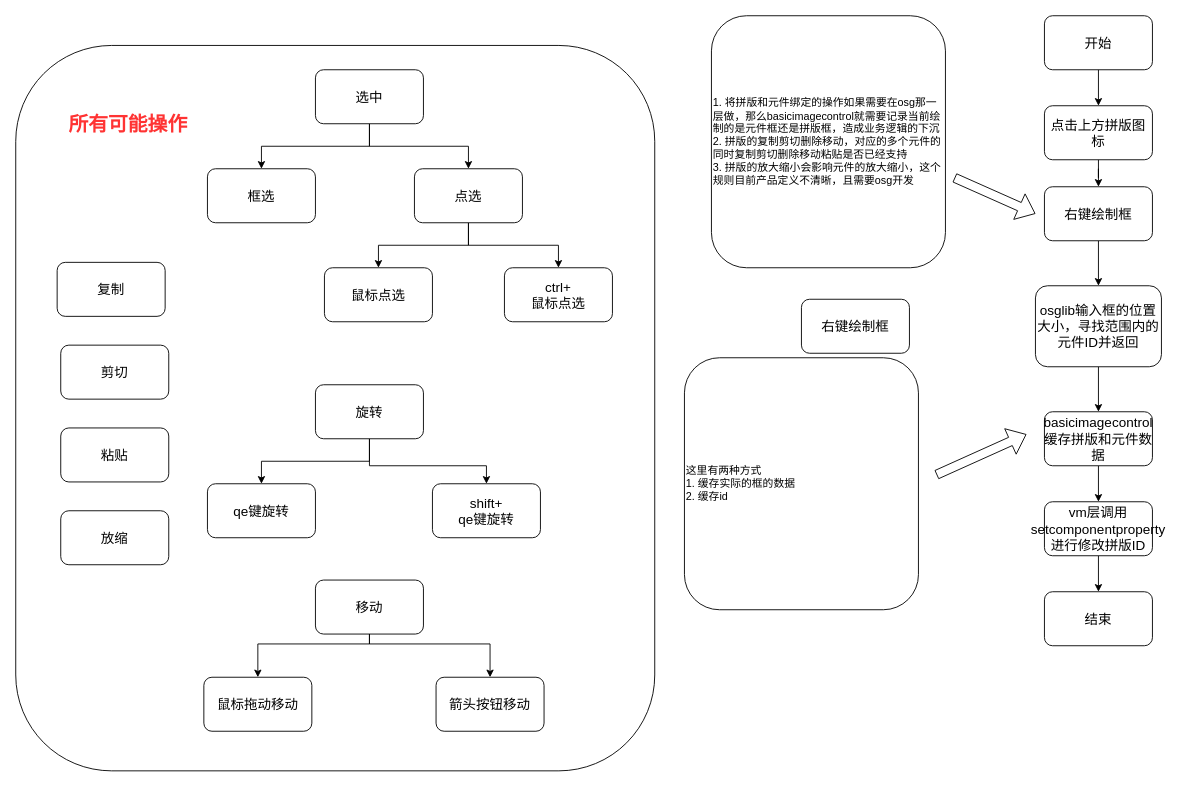
Earlier version of the draw.io diagram 新建拼版流程图.drawio (notThisMoment/drawIo). Source tidied: cells renumbered, new cells numbered last; positions are measured from the earlier drawing's top-left corner, leaving out a move shared by most shapes. Both pictures are drawn from the tidied source at 90%, with x=0, y=0 at pixel (15, 15).
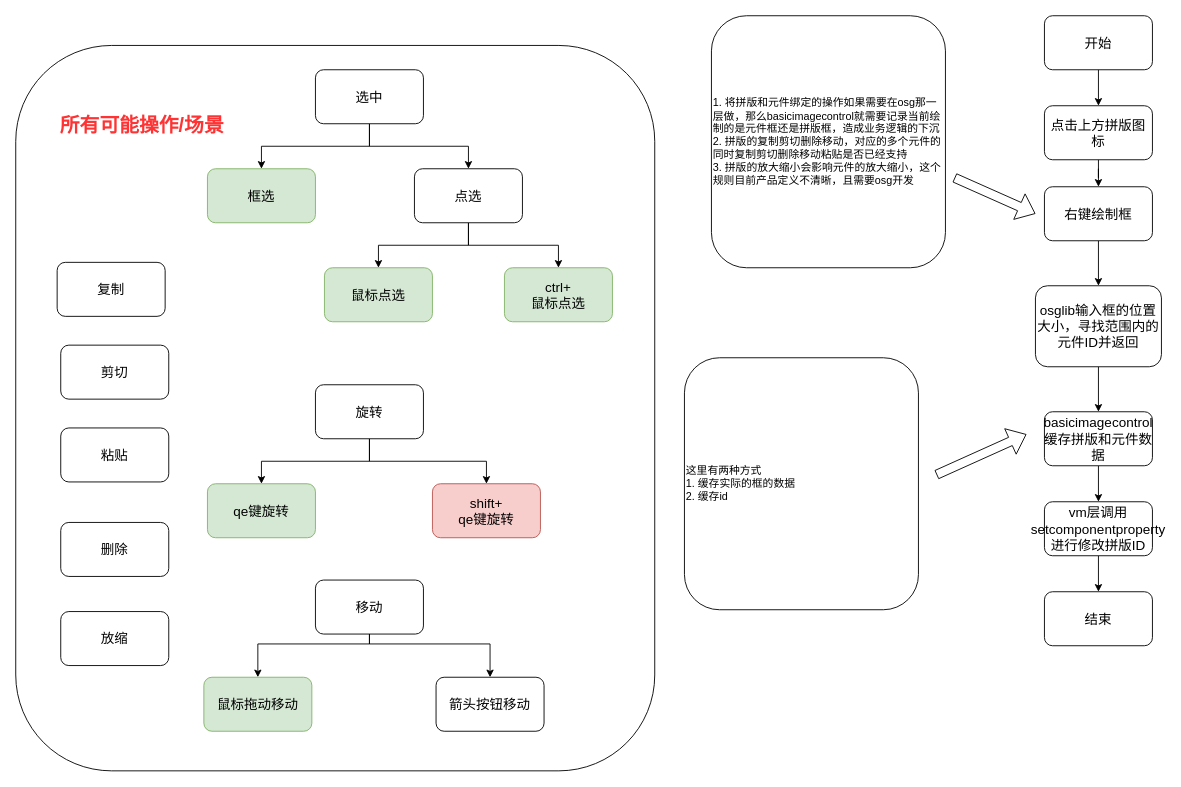
The same page after the edit.

Commit message:
更新新建拼版流程图.drawio

The change refers to these unchanged cells:
```xml
<mxCell id="32" value="旋转" style="rounded=1;whiteSpace=wrap;html=1;fontSize=15;" parent="1" vertex="1">
  <mxGeometry x="333" y="410" width="120" height="60" as="geometry" />
</mxCell>
```

What changed in the source:
```diff
@@
-    <mxCell id="13" value="右键绘制框" style="rounded=1;whiteSpace=wrap;html=1;fontSize=15;" parent="1" vertex="1">
-      <mxGeometry x="873" y="315" width="120" height="60" as="geometry" />
-    </mxCell>
@@
-    <mxCell id="24" value="框选" style="rounded=1;whiteSpace=wrap;html=1;fontSize=15;" parent="1" vertex="1">
+    <mxCell id="24" value="框选" style="rounded=1;whiteSpace=wrap;html=1;fontSize=15;fillColor=#d5e8d4;strokeColor=#82b366;" parent="1" vertex="1">
       <mxGeometry x="213" y="170" width="120" height="60" as="geometry" />
     </mxCell>
@@
-    <mxCell id="28" value="鼠标点选" style="rounded=1;whiteSpace=wrap;html=1;fontSize=15;" parent="1" vertex="1">
+    <mxCell id="28" value="鼠标点选" style="rounded=1;whiteSpace=wrap;html=1;fontSize=15;fillColor=#d5e8d4;strokeColor=#82b366;" parent="1" vertex="1">
       <mxGeometry x="343" y="280" width="120" height="60" as="geometry" />
     </mxCell>
-    <mxCell id="29" value="ctrl+&lt;br&gt;鼠标点选" style="rounded=1;whiteSpace=wrap;html=1;fontSize=15;" parent="1" vertex="1">
+    <mxCell id="29" value="ctrl+&lt;br&gt;鼠标点选" style="rounded=1;whiteSpace=wrap;html=1;fontSize=15;fillColor=#d5e8d4;strokeColor=#82b366;" parent="1" vertex="1">
       <mxGeometry x="543" y="280" width="120" height="60" as="geometry" />
     </mxCell>
@@
     <mxCell id="31" style="edgeStyle=orthogonalEdgeStyle;rounded=0;jettySize=auto;html=1;" parent="1" edge="1" source="32" target="34">
       <mxGeometry relative="1" as="geometry">
         <Array as="points">
-          <mxPoint x="393" y="500" />
-          <mxPoint x="523" y="500" />
+          <mxPoint x="393" y="495" />
+          <mxPoint x="523" y="495" />
         </Array>
       </mxGeometry>
     </mxCell>
@@
-    <mxCell id="33" value="qe键旋转" style="rounded=1;whiteSpace=wrap;html=1;fontSize=15;" parent="1" vertex="1">
+    <mxCell id="33" value="qe键旋转" style="rounded=1;whiteSpace=wrap;html=1;fontSize=15;fillColor=#d5e8d4;strokeColor=#82b366;" parent="1" vertex="1">
       <mxGeometry x="213" y="520" width="120" height="60" as="geometry" />
     </mxCell>
-    <mxCell id="34" value="shift+&lt;br&gt;qe键旋转" style="rounded=1;whiteSpace=wrap;html=1;fontSize=15;" parent="1" vertex="1">
+    <mxCell id="34" value="shift+&lt;br&gt;qe键旋转" style="rounded=1;whiteSpace=wrap;html=1;fontSize=15;fillColor=#f8cecc;strokeColor=#b85450;" parent="1" vertex="1">
       <mxGeometry x="463" y="520" width="120" height="60" as="geometry" />
     </mxCell>
@@
-    <mxCell id="38" value="鼠标拖动移动" style="rounded=1;whiteSpace=wrap;html=1;fontSize=15;" parent="1" vertex="1">
+    <mxCell id="38" value="鼠标拖动移动" style="rounded=1;whiteSpace=wrap;html=1;fontSize=15;fillColor=#d5e8d4;strokeColor=#82b366;" parent="1" vertex="1">
       <mxGeometry x="209" y="735" width="120" height="60" as="geometry" />
     </mxCell>
@@
     <mxCell id="43" value="放缩" style="rounded=1;whiteSpace=wrap;html=1;fontSize=15;" parent="1" vertex="1">
-      <mxGeometry x="50" y="550" width="120" height="60" as="geometry" />
+      <mxGeometry x="50" y="662" width="120" height="60" as="geometry" />
     </mxCell>
-    <mxCell id="44" value="所有可能操作" style="text;html=1;strokeColor=none;fillColor=none;align=center;verticalAlign=middle;whiteSpace=wrap;rounded=0;fontSize=22;fontColor=#FF3333;fontStyle=1;" parent="1" vertex="1">
-      <mxGeometry x="35" y="92" width="180" height="60" as="geometry" />
+    <mxCell id="44" value="所有可能操作/场景" style="text;html=1;strokeColor=none;fillColor=none;align=center;verticalAlign=middle;whiteSpace=wrap;rounded=0;fontSize=22;fontColor=#FF3333;fontStyle=1;" parent="1" vertex="1">
+      <mxGeometry x="35" y="92" width="211" height="61" as="geometry" />
     </mxCell>
+    <mxCell id="45" value="删除" style="rounded=1;whiteSpace=wrap;html=1;fontSize=15;" parent="1" vertex="1">
+      <mxGeometry x="50" y="563" width="120" height="60" as="geometry" />
+    </mxCell>
```
